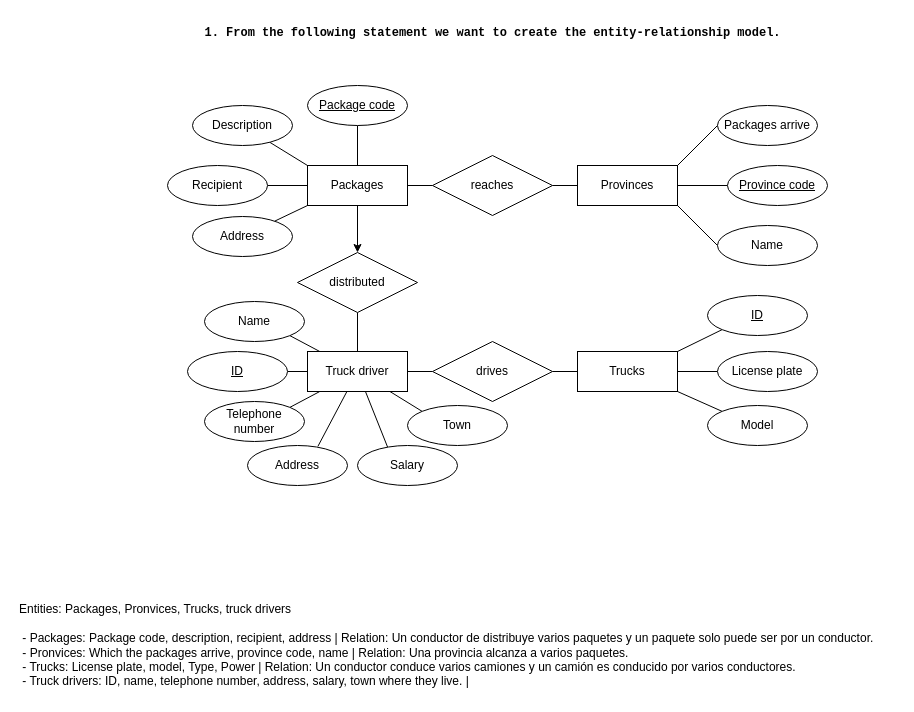
The draw.io diagram page "Exercise 1" (1 of 5) of ejercicio3.drawio in Maek0s/1DAM_Databases, before the edit. Source tidied: cells renumbered, new cells numbered last; positions are measured from the earlier drawing's top-left corner, leaving out a move shared by most shapes. Both pictures are drawn from the tidied source at 100%, with x=0, y=0 at pixel (17, 17).
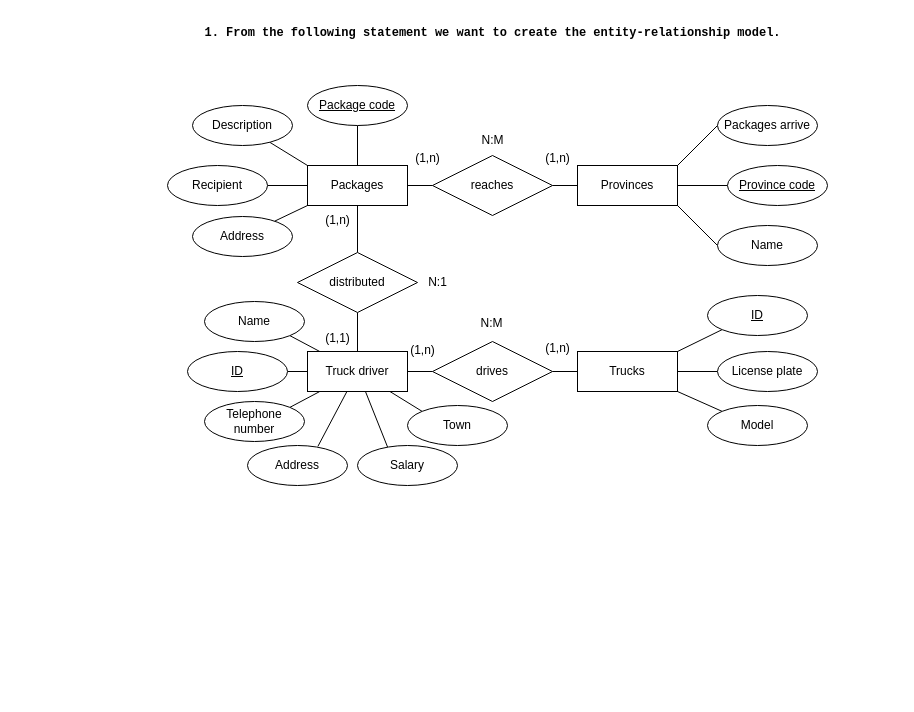
The same diagram, later.

Unchanged cells that the change refers to:
```xml
<mxCell id="6" value="Packages" style="whiteSpace=wrap;html=1;align=center;" parent="1" vertex="1">
  <mxGeometry x="290" y="148" width="100" height="40" as="geometry" />
</mxCell>
<mxCell id="26" value="distributed" style="shape=rhombus;perimeter=rhombusPerimeter;whiteSpace=wrap;html=1;align=center;" parent="1" vertex="1">
  <mxGeometry x="280" y="235" width="120" height="60" as="geometry" />
</mxCell>
```

The edit, as a diff of the source:
```diff
@@
-    <mxCell id="3" value="&lt;div&gt;Entities: Packages, Pronvices, Trucks, truck drivers&lt;/div&gt;&lt;div&gt;&lt;br&gt;&lt;/div&gt;&lt;div&gt;&amp;nbsp;- Packages: Package code, description, recipient, address | Relation: Un conductor de distribuye varios paquetes y un paquete solo puede ser por un conductor.&lt;/div&gt;&lt;div&gt;&amp;nbsp;- Pronvices: Which the packages arrive, province code, name | Relation: Una provincia alcanza a varios paquetes.&lt;/div&gt;&lt;div&gt;&amp;nbsp;- Trucks: License plate, model, Type, Power | Relation: Un conductor conduce varios camiones y un camión es conducido por varios conductores.&lt;/div&gt;&lt;div&gt;&amp;nbsp;- Truck drivers: ID, name, telephone number, address, salary, town where they live. |&amp;nbsp;&lt;/div&gt;" style="text;html=1;align=left;verticalAlign=middle;strokeColor=none;fillColor=none;" parent="1" vertex="1">
-      <mxGeometry y="578" width="880" height="100" as="geometry" />
-    </mxCell>
@@
-    <mxCell id="5" style="edgeStyle=orthogonalEdgeStyle;rounded=0;jettySize=auto;html=1;" parent="1" edge="1" source="6" target="26">
+    <mxCell id="5" style="edgeStyle=orthogonalEdgeStyle;rounded=0;jettySize=auto;html=1;endArrow=none;endFill=0;" parent="1" edge="1" source="6" target="26">
       <mxGeometry relative="1" as="geometry" />
     </mxCell>
@@
+    <mxCell id="49" value="(1,n)" style="text;html=1;align=center;verticalAlign=middle;strokeColor=none;fillColor=none;" parent="1" vertex="1">
+      <mxGeometry x="295" y="188" width="50" height="30" as="geometry" />
+    </mxCell>
+    <mxCell id="50" value="(1,1)" style="text;html=1;align=center;verticalAlign=middle;strokeColor=none;fillColor=none;" parent="1" vertex="1">
+      <mxGeometry x="295" y="306" width="50" height="30" as="geometry" />
+    </mxCell>
+    <mxCell id="51" value="N:1" style="text;html=1;align=center;verticalAlign=middle;strokeColor=none;fillColor=none;" parent="1" vertex="1">
+      <mxGeometry x="400" y="250" width="40" height="30" as="geometry" />
+    </mxCell>
+    <mxCell id="52" value="(1,n)" style="text;html=1;align=center;verticalAlign=middle;strokeColor=none;fillColor=none;" parent="1" vertex="1">
+      <mxGeometry x="385" y="126" width="50" height="30" as="geometry" />
+    </mxCell>
+    <mxCell id="53" value="(1,n)" style="text;html=1;align=center;verticalAlign=middle;strokeColor=none;fillColor=none;" parent="1" vertex="1">
+      <mxGeometry x="515" y="126" width="50" height="30" as="geometry" />
+    </mxCell>
+    <mxCell id="54" value="N:M" style="text;html=1;align=center;verticalAlign=middle;strokeColor=none;fillColor=none;" parent="1" vertex="1">
+      <mxGeometry x="450" y="108" width="50" height="30" as="geometry" />
+    </mxCell>
+    <mxCell id="55" value="(1,n)" style="text;html=1;align=center;verticalAlign=middle;strokeColor=none;fillColor=none;" parent="1" vertex="1">
+      <mxGeometry x="515" y="316" width="50" height="30" as="geometry" />
+    </mxCell>
+    <mxCell id="56" value="(1,n)" style="text;html=1;align=center;verticalAlign=middle;strokeColor=none;fillColor=none;" parent="1" vertex="1">
+      <mxGeometry x="380" y="318" width="50" height="30" as="geometry" />
+    </mxCell>
+    <mxCell id="57" value="N:M" style="text;html=1;align=center;verticalAlign=middle;strokeColor=none;fillColor=none;" parent="1" vertex="1">
+      <mxGeometry x="449" y="291" width="50" height="30" as="geometry" />
+    </mxCell>
```
